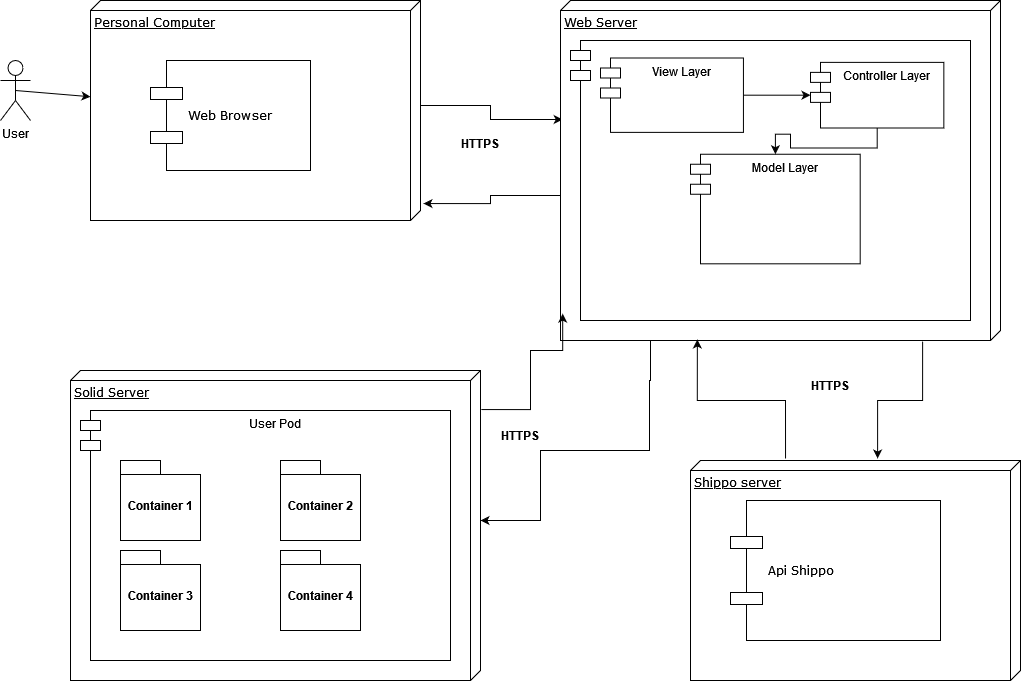
Before: docs/images/diagrama_despliegue.png, a diagram exported from draw.io (Arquisoft/dede_es4b). Source tidied: cells renumbered, new cells last; positions are measured from the earlier drawing's top-left corner, leaving out a move shared by most shapes. The source it was exported from:
```xml
<mxGraphModel>
  <root>
    <mxCell id="0" />
    <mxCell id="1" parent="0" />
    <mxCell id="2" style="edgeStyle=orthogonalEdgeStyle;rounded=0;jettySize=auto;html=1;entryX=0.353;entryY=1.002;entryDx=0;entryDy=0;entryPerimeter=0;strokeColor=none;" parent="1" edge="1" source="4" target="7">
      <mxGeometry relative="1" as="geometry" />
    </mxCell>
    <mxCell id="3" style="edgeStyle=orthogonalEdgeStyle;rounded=0;jettySize=auto;html=1;exitX=0;exitY=0;exitDx=105;exitDy=0;exitPerimeter=0;entryX=0.35;entryY=0.995;entryDx=0;entryDy=0;entryPerimeter=0;" parent="1" edge="1" source="4" target="7">
      <mxGeometry relative="1" as="geometry" />
    </mxCell>
    <mxCell id="4" value="Personal Computer" style="verticalAlign=top;align=left;spacingTop=8;spacingLeft=2;spacingRight=12;shape=cube;size=10;direction=south;fontStyle=4;html=1;rounded=0;shadow=0;comic=0;labelBackgroundColor=none;strokeWidth=1;fontFamily=Verdana;fontSize=12;" parent="1" vertex="1">
      <mxGeometry x="90" width="330" height="220" as="geometry" />
    </mxCell>
    <mxCell id="5" style="edgeStyle=orthogonalEdgeStyle;rounded=0;jettySize=auto;html=1;exitX=0;exitY=0;exitDx=195;exitDy=440;exitPerimeter=0;entryX=0.923;entryY=-0.009;entryDx=0;entryDy=0;entryPerimeter=0;" parent="1" edge="1" source="7" target="4">
      <mxGeometry relative="1" as="geometry" />
    </mxCell>
    <mxCell id="6" style="edgeStyle=orthogonalEdgeStyle;rounded=0;jettySize=auto;html=1;exitX=1;exitY=0.8;exitDx=0;exitDy=0;exitPerimeter=0;entryX=0;entryY=0;entryDx=150;entryDy=0;entryPerimeter=0;" parent="1" edge="1" source="7" target="19">
      <mxGeometry relative="1" as="geometry">
        <Array as="points">
          <mxPoint x="650" y="340" />
          <mxPoint x="650" y="380" />
          <mxPoint x="649" y="380" />
          <mxPoint x="649" y="450" />
          <mxPoint x="540" y="450" />
          <mxPoint x="540" y="520" />
        </Array>
      </mxGeometry>
    </mxCell>
    <mxCell id="7" value="Web Server" style="verticalAlign=top;align=left;spacingTop=8;spacingLeft=2;spacingRight=12;shape=cube;size=10;direction=south;fontStyle=4;html=1;rounded=0;shadow=0;comic=0;labelBackgroundColor=none;strokeWidth=1;fontFamily=Verdana;fontSize=12;" parent="1" vertex="1">
      <mxGeometry x="560" width="440" height="340" as="geometry" />
    </mxCell>
    <mxCell id="8" value="User" style="shape=umlActor;verticalLabelPosition=bottom;verticalAlign=top;html=1;outlineConnect=0;" parent="1" vertex="1">
      <mxGeometry y="60" width="30" height="60" as="geometry" />
    </mxCell>
    <mxCell id="9" style="endArrow=classic;html=1;rounded=0;exitX=0.5;exitY=0.5;exitDx=0;exitDy=0;exitPerimeter=0;" parent="1" edge="1" source="8" target="4">
      <mxGeometry relative="1" as="geometry" />
    </mxCell>
    <mxCell id="10" value="&lt;div&gt;Web Browser&lt;/div&gt;" style="shape=component;align=left;spacingLeft=36;rounded=0;shadow=0;comic=0;labelBackgroundColor=none;strokeWidth=1;fontFamily=Verdana;fontSize=12;html=1;" parent="1" vertex="1">
      <mxGeometry x="150" y="60" width="160" height="110" as="geometry" />
    </mxCell>
    <mxCell id="11" value="&lt;div&gt;&lt;b&gt;HTTPS&lt;/b&gt;&lt;/div&gt;" style="text;html=1;strokeColor=none;fillColor=none;align=center;verticalAlign=middle;whiteSpace=wrap;rounded=0;" parent="1" vertex="1">
      <mxGeometry x="450" y="127.5" width="60" height="30" as="geometry" />
    </mxCell>
    <mxCell id="12" style="shape=module;align=left;spacingLeft=20;align=center;verticalAlign=top;backgroundOutline=0;" parent="1" vertex="1">
      <mxGeometry x="570" y="40" width="400" height="280" as="geometry" />
    </mxCell>
    <mxCell id="13" value="View Layer" style="shape=module;align=left;spacingLeft=20;align=center;verticalAlign=top;" parent="12" vertex="1">
      <mxGeometry x="30" y="17.5" width="142.9" height="74.4" as="geometry" />
    </mxCell>
    <mxCell id="14" value="Model Layer" style="shape=module;align=left;spacingLeft=20;align=center;verticalAlign=top;" parent="12" vertex="1">
      <mxGeometry x="120" y="113.7" width="169.7" height="109.6" as="geometry" />
    </mxCell>
    <mxCell id="15" value="Controller Layer" style="shape=module;align=left;spacingLeft=20;align=center;verticalAlign=top;" parent="12" vertex="1">
      <mxGeometry x="240" y="21.9" width="133.3" height="65.6" as="geometry" />
    </mxCell>
    <mxCell id="16" style="edgeStyle=orthogonalEdgeStyle;rounded=0;jettySize=auto;html=1;" parent="12" edge="1" source="13" target="15">
      <mxGeometry relative="1" as="geometry" />
    </mxCell>
    <mxCell id="17" style="edgeStyle=orthogonalEdgeStyle;rounded=0;jettySize=auto;html=1;" parent="12" edge="1" source="15" target="14">
      <mxGeometry relative="1" as="geometry" />
    </mxCell>
    <mxCell id="18" style="edgeStyle=orthogonalEdgeStyle;rounded=0;jettySize=auto;html=1;entryX=0.921;entryY=0.995;entryDx=0;entryDy=0;entryPerimeter=0;exitX=0.126;exitY=-0.002;exitDx=0;exitDy=0;exitPerimeter=0;" parent="1" edge="1" source="19" target="7">
      <mxGeometry relative="1" as="geometry">
        <Array as="points">
          <mxPoint x="530" y="409" />
          <mxPoint x="530" y="350" />
        </Array>
      </mxGeometry>
    </mxCell>
    <mxCell id="19" value="&lt;div&gt;Solid Server&lt;/div&gt;" style="verticalAlign=top;align=left;spacingTop=8;spacingLeft=2;spacingRight=12;shape=cube;size=10;direction=south;fontStyle=4;html=1;rounded=0;shadow=0;comic=0;labelBackgroundColor=none;strokeWidth=1;fontFamily=Verdana;fontSize=12;" parent="1" vertex="1">
      <mxGeometry x="70" y="370" width="410" height="310" as="geometry" />
    </mxCell>
    <mxCell id="20" value="User Pod" style="shape=module;align=left;spacingLeft=20;align=center;verticalAlign=top;" parent="1" vertex="1">
      <mxGeometry x="80" y="410" width="370" height="250" as="geometry" />
    </mxCell>
    <mxCell id="21" value="Container 1" style="shape=folder;fontStyle=1;spacingTop=10;tabWidth=40;tabHeight=14;tabPosition=left;html=1;" parent="20" vertex="1">
      <mxGeometry x="40" y="50" width="80" height="80" as="geometry" />
    </mxCell>
    <mxCell id="22" value="Container 2" style="shape=folder;fontStyle=1;spacingTop=10;tabWidth=40;tabHeight=14;tabPosition=left;html=1;" parent="20" vertex="1">
      <mxGeometry x="200" y="50" width="80" height="80" as="geometry" />
    </mxCell>
    <mxCell id="23" value="Container 3" style="shape=folder;fontStyle=1;spacingTop=10;tabWidth=40;tabHeight=14;tabPosition=left;html=1;" parent="20" vertex="1">
      <mxGeometry x="40" y="140" width="80" height="80" as="geometry" />
    </mxCell>
    <mxCell id="24" value="&lt;div&gt;Container 4&lt;/div&gt;" style="shape=folder;fontStyle=1;spacingTop=10;tabWidth=40;tabHeight=14;tabPosition=left;html=1;" parent="20" vertex="1">
      <mxGeometry x="200" y="140" width="80" height="80" as="geometry" />
    </mxCell>
    <mxCell id="25" value="&lt;div&gt;&lt;b&gt;HTTPS&lt;/b&gt;&lt;/div&gt;" style="text;html=1;strokeColor=none;fillColor=none;align=center;verticalAlign=middle;whiteSpace=wrap;rounded=0;" parent="1" vertex="1">
      <mxGeometry x="490" y="420" width="60" height="30" as="geometry" />
    </mxCell>
    <mxCell id="26" value="Shippo server" style="verticalAlign=top;align=left;spacingTop=8;spacingLeft=2;spacingRight=12;shape=cube;size=10;direction=south;fontStyle=4;html=1;rounded=0;shadow=0;comic=0;labelBackgroundColor=none;strokeWidth=1;fontFamily=Verdana;fontSize=12;" parent="1" vertex="1">
      <mxGeometry x="690" y="460" width="330" height="220" as="geometry" />
    </mxCell>
    <mxCell id="27" value="Api Shippo" style="shape=component;align=left;spacingLeft=36;rounded=0;shadow=0;comic=0;labelBackgroundColor=none;strokeWidth=1;fontFamily=Verdana;fontSize=12;html=1;" parent="1" vertex="1">
      <mxGeometry x="730" y="500" width="210" height="140" as="geometry" />
    </mxCell>
    <mxCell id="28" style="edgeStyle=orthogonalEdgeStyle;rounded=0;jettySize=auto;html=1;entryX=0.997;entryY=0.689;entryDx=0;entryDy=0;entryPerimeter=0;exitX=-0.009;exitY=0.712;exitDx=0;exitDy=0;exitPerimeter=0;" parent="1" edge="1" source="26" target="7">
      <mxGeometry relative="1" as="geometry" />
    </mxCell>
    <mxCell id="29" style="edgeStyle=orthogonalEdgeStyle;rounded=0;jettySize=auto;html=1;exitX=1.003;exitY=0.177;exitDx=0;exitDy=0;exitPerimeter=0;entryX=-0.009;entryY=0.433;entryDx=0;entryDy=0;entryPerimeter=0;" parent="1" edge="1" source="7" target="26">
      <mxGeometry relative="1" as="geometry" />
    </mxCell>
    <mxCell id="30" value="&lt;div&gt;&lt;b&gt;HTTPS&lt;/b&gt;&lt;/div&gt;" style="text;html=1;strokeColor=none;fillColor=none;align=center;verticalAlign=middle;whiteSpace=wrap;rounded=0;" parent="1" vertex="1">
      <mxGeometry x="800" y="370" width="60" height="30" as="geometry" />
    </mxCell>
  </root>
</mxGraphModel>
```
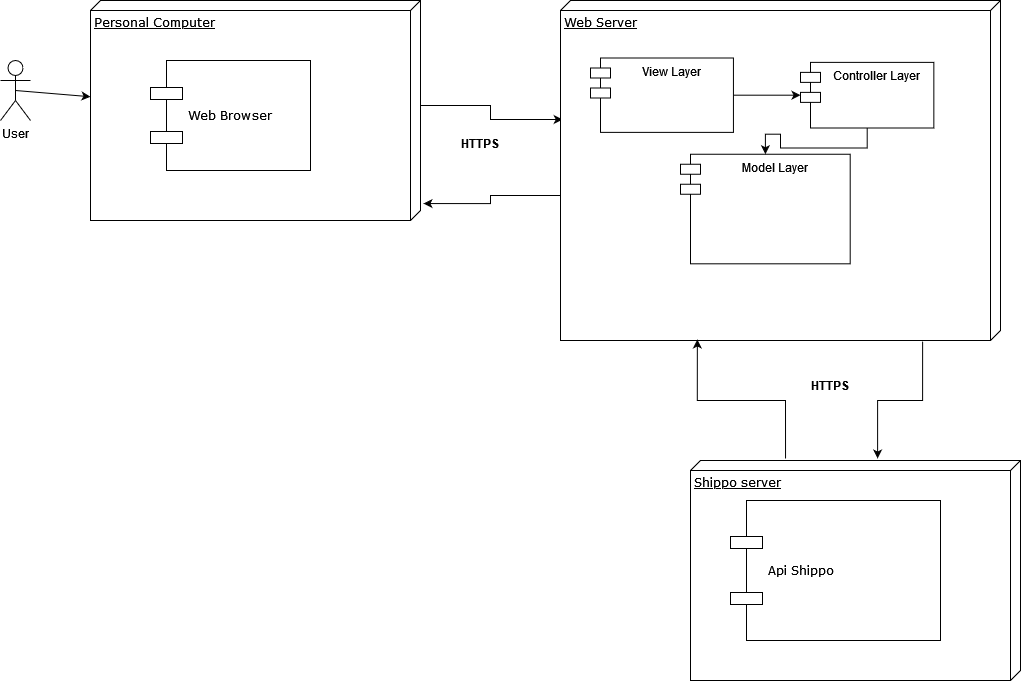
The same diagram one commit later.

Diff of the diagram source:
```diff
@@ -14,18 +14,6 @@
     <mxCell id="5" style="edgeStyle=orthogonalEdgeStyle;rounded=0;jettySize=auto;html=1;exitX=0;exitY=0;exitDx=195;exitDy=440;exitPerimeter=0;entryX=0.923;entryY=-0.009;entryDx=0;entryDy=0;entryPerimeter=0;" parent="1" edge="1" source="7" target="4">
       <mxGeometry relative="1" as="geometry" />
     </mxCell>
-    <mxCell id="6" style="edgeStyle=orthogonalEdgeStyle;rounded=0;jettySize=auto;html=1;exitX=1;exitY=0.8;exitDx=0;exitDy=0;exitPerimeter=0;entryX=0;entryY=0;entryDx=150;entryDy=0;entryPerimeter=0;" parent="1" edge="1" source="7" target="19">
-      <mxGeometry relative="1" as="geometry">
-        <Array as="points">
-          <mxPoint x="650" y="340" />
-          <mxPoint x="650" y="380" />
-          <mxPoint x="649" y="380" />
-          <mxPoint x="649" y="450" />
-          <mxPoint x="540" y="450" />
-          <mxPoint x="540" y="520" />
-        </Array>
-      </mxGeometry>
-    </mxCell>
     <mxCell id="7" value="Web Server" style="verticalAlign=top;align=left;spacingTop=8;spacingLeft=2;spacingRight=12;shape=cube;size=10;direction=south;fontStyle=4;html=1;rounded=0;shadow=0;comic=0;labelBackgroundColor=none;strokeWidth=1;fontFamily=Verdana;fontSize=12;" parent="1" vertex="1">
       <mxGeometry x="560" width="440" height="340" as="geometry" />
     </mxCell>
@@ -41,67 +29,35 @@
     <mxCell id="11" value="&lt;div&gt;&lt;b&gt;HTTPS&lt;/b&gt;&lt;/div&gt;" style="text;html=1;strokeColor=none;fillColor=none;align=center;verticalAlign=middle;whiteSpace=wrap;rounded=0;" parent="1" vertex="1">
       <mxGeometry x="450" y="127.5" width="60" height="30" as="geometry" />
     </mxCell>
-    <mxCell id="12" style="shape=module;align=left;spacingLeft=20;align=center;verticalAlign=top;backgroundOutline=0;" parent="1" vertex="1">
-      <mxGeometry x="570" y="40" width="400" height="280" as="geometry" />
-    </mxCell>
+    <mxCell id="26" value="Shippo server" style="verticalAlign=top;align=left;spacingTop=8;spacingLeft=2;spacingRight=12;shape=cube;size=10;direction=south;fontStyle=4;html=1;rounded=0;shadow=0;comic=0;labelBackgroundColor=none;strokeWidth=1;fontFamily=Verdana;fontSize=12;" parent="1" vertex="1">
+      <mxGeometry x="690" y="460" width="330" height="220" as="geometry" />
+    </mxCell>
+    <mxCell id="27" value="Api Shippo" style="shape=component;align=left;spacingLeft=36;rounded=0;shadow=0;comic=0;labelBackgroundColor=none;strokeWidth=1;fontFamily=Verdana;fontSize=12;html=1;" parent="1" vertex="1">
+      <mxGeometry x="730" y="500" width="210" height="140" as="geometry" />
+    </mxCell>
+    <mxCell id="28" style="edgeStyle=orthogonalEdgeStyle;rounded=0;jettySize=auto;html=1;entryX=0.997;entryY=0.689;entryDx=0;entryDy=0;entryPerimeter=0;exitX=-0.009;exitY=0.712;exitDx=0;exitDy=0;exitPerimeter=0;" parent="1" edge="1" source="26" target="7">
+      <mxGeometry relative="1" as="geometry" />
+    </mxCell>
+    <mxCell id="29" style="edgeStyle=orthogonalEdgeStyle;rounded=0;jettySize=auto;html=1;exitX=1.003;exitY=0.177;exitDx=0;exitDy=0;exitPerimeter=0;entryX=-0.009;entryY=0.433;entryDx=0;entryDy=0;entryPerimeter=0;" parent="1" edge="1" source="7" target="26">
+      <mxGeometry relative="1" as="geometry" />
+    </mxCell>
+    <mxCell id="30" value="&lt;div&gt;&lt;b&gt;HTTPS&lt;/b&gt;&lt;/div&gt;" style="text;html=1;strokeColor=none;fillColor=none;align=center;verticalAlign=middle;whiteSpace=wrap;rounded=0;" parent="1" vertex="1">
+      <mxGeometry x="800" y="370" width="60" height="30" as="geometry" />
+    </mxCell>
-    <mxCell id="13" value="View Layer" style="shape=module;align=left;spacingLeft=20;align=center;verticalAlign=top;" parent="12" vertex="1">
-      <mxGeometry x="30" y="17.5" width="142.9" height="74.4" as="geometry" />
+    <mxCell id="13" value="View Layer" style="shape=module;align=left;spacingLeft=20;align=center;verticalAlign=top;" parent="1" vertex="1">
+      <mxGeometry x="590" y="57.5" width="142.9" height="74.4" as="geometry" />
     </mxCell>
-    <mxCell id="14" value="Model Layer" style="shape=module;align=left;spacingLeft=20;align=center;verticalAlign=top;" parent="12" vertex="1">
-      <mxGeometry x="120" y="113.7" width="169.7" height="109.6" as="geometry" />
+    <mxCell id="14" value="Model Layer" style="shape=module;align=left;spacingLeft=20;align=center;verticalAlign=top;" parent="1" vertex="1">
+      <mxGeometry x="680" y="153.7" width="169.7" height="109.6" as="geometry" />
     </mxCell>
-    <mxCell id="15" value="Controller Layer" style="shape=module;align=left;spacingLeft=20;align=center;verticalAlign=top;" parent="12" vertex="1">
-      <mxGeometry x="240" y="21.9" width="133.3" height="65.6" as="geometry" />
+    <mxCell id="15" value="Controller Layer" style="shape=module;align=left;spacingLeft=20;align=center;verticalAlign=top;" parent="1" vertex="1">
+      <mxGeometry x="800" y="61.9" width="133.3" height="65.6" as="geometry" />
     </mxCell>
-    <mxCell id="16" style="edgeStyle=orthogonalEdgeStyle;rounded=0;jettySize=auto;html=1;" parent="12" edge="1" source="13" target="15">
+    <mxCell id="16" style="edgeStyle=orthogonalEdgeStyle;rounded=0;jettySize=auto;html=1;" parent="1" edge="1" source="13" target="15">
       <mxGeometry relative="1" as="geometry" />
     </mxCell>
-    <mxCell id="17" style="edgeStyle=orthogonalEdgeStyle;rounded=0;jettySize=auto;html=1;" parent="12" edge="1" source="15" target="14">
+    <mxCell id="17" style="edgeStyle=orthogonalEdgeStyle;rounded=0;jettySize=auto;html=1;" parent="1" edge="1" source="15" target="14">
       <mxGeometry relative="1" as="geometry" />
     </mxCell>
-    <mxCell id="18" style="edgeStyle=orthogonalEdgeStyle;rounded=0;jettySize=auto;html=1;entryX=0.921;entryY=0.995;entryDx=0;entryDy=0;entryPerimeter=0;exitX=0.126;exitY=-0.002;exitDx=0;exitDy=0;exitPerimeter=0;" parent="1" edge="1" source="19" target="7">
-      <mxGeometry relative="1" as="geometry">
-        <Array as="points">
-          <mxPoint x="530" y="409" />
-          <mxPoint x="530" y="350" />
-        </Array>
-      </mxGeometry>
-    </mxCell>
-    <mxCell id="19" value="&lt;div&gt;Solid Server&lt;/div&gt;" style="verticalAlign=top;align=left;spacingTop=8;spacingLeft=2;spacingRight=12;shape=cube;size=10;direction=south;fontStyle=4;html=1;rounded=0;shadow=0;comic=0;labelBackgroundColor=none;strokeWidth=1;fontFamily=Verdana;fontSize=12;" parent="1" vertex="1">
-      <mxGeometry x="70" y="370" width="410" height="310" as="geometry" />
-    </mxCell>
-    <mxCell id="20" value="User Pod" style="shape=module;align=left;spacingLeft=20;align=center;verticalAlign=top;" parent="1" vertex="1">
-      <mxGeometry x="80" y="410" width="370" height="250" as="geometry" />
-    </mxCell>
-    <mxCell id="21" value="Container 1" style="shape=folder;fontStyle=1;spacingTop=10;tabWidth=40;tabHeight=14;tabPosition=left;html=1;" parent="20" vertex="1">
-      <mxGeometry x="40" y="50" width="80" height="80" as="geometry" />
-    </mxCell>
-    <mxCell id="22" value="Container 2" style="shape=folder;fontStyle=1;spacingTop=10;tabWidth=40;tabHeight=14;tabPosition=left;html=1;" parent="20" vertex="1">
-      <mxGeometry x="200" y="50" width="80" height="80" as="geometry" />
-    </mxCell>
-    <mxCell id="23" value="Container 3" style="shape=folder;fontStyle=1;spacingTop=10;tabWidth=40;tabHeight=14;tabPosition=left;html=1;" parent="20" vertex="1">
-      <mxGeometry x="40" y="140" width="80" height="80" as="geometry" />
-    </mxCell>
-    <mxCell id="24" value="&lt;div&gt;Container 4&lt;/div&gt;" style="shape=folder;fontStyle=1;spacingTop=10;tabWidth=40;tabHeight=14;tabPosition=left;html=1;" parent="20" vertex="1">
-      <mxGeometry x="200" y="140" width="80" height="80" as="geometry" />
-    </mxCell>
-    <mxCell id="25" value="&lt;div&gt;&lt;b&gt;HTTPS&lt;/b&gt;&lt;/div&gt;" style="text;html=1;strokeColor=none;fillColor=none;align=center;verticalAlign=middle;whiteSpace=wrap;rounded=0;" parent="1" vertex="1">
-      <mxGeometry x="490" y="420" width="60" height="30" as="geometry" />
-    </mxCell>
-    <mxCell id="26" value="Shippo server" style="verticalAlign=top;align=left;spacingTop=8;spacingLeft=2;spacingRight=12;shape=cube;size=10;direction=south;fontStyle=4;html=1;rounded=0;shadow=0;comic=0;labelBackgroundColor=none;strokeWidth=1;fontFamily=Verdana;fontSize=12;" parent="1" vertex="1">
-      <mxGeometry x="690" y="460" width="330" height="220" as="geometry" />
-    </mxCell>
-    <mxCell id="27" value="Api Shippo" style="shape=component;align=left;spacingLeft=36;rounded=0;shadow=0;comic=0;labelBackgroundColor=none;strokeWidth=1;fontFamily=Verdana;fontSize=12;html=1;" parent="1" vertex="1">
-      <mxGeometry x="730" y="500" width="210" height="140" as="geometry" />
-    </mxCell>
-    <mxCell id="28" style="edgeStyle=orthogonalEdgeStyle;rounded=0;jettySize=auto;html=1;entryX=0.997;entryY=0.689;entryDx=0;entryDy=0;entryPerimeter=0;exitX=-0.009;exitY=0.712;exitDx=0;exitDy=0;exitPerimeter=0;" parent="1" edge="1" source="26" target="7">
-      <mxGeometry relative="1" as="geometry" />
-    </mxCell>
-    <mxCell id="29" style="edgeStyle=orthogonalEdgeStyle;rounded=0;jettySize=auto;html=1;exitX=1.003;exitY=0.177;exitDx=0;exitDy=0;exitPerimeter=0;entryX=-0.009;entryY=0.433;entryDx=0;entryDy=0;entryPerimeter=0;" parent="1" edge="1" source="7" target="26">
-      <mxGeometry relative="1" as="geometry" />
-    </mxCell>
-    <mxCell id="30" value="&lt;div&gt;&lt;b&gt;HTTPS&lt;/b&gt;&lt;/div&gt;" style="text;html=1;strokeColor=none;fillColor=none;align=center;verticalAlign=middle;whiteSpace=wrap;rounded=0;" parent="1" vertex="1">
-      <mxGeometry x="800" y="370" width="60" height="30" as="geometry" />
-    </mxCell>
   </root>
 </mxGraphModel>
```
